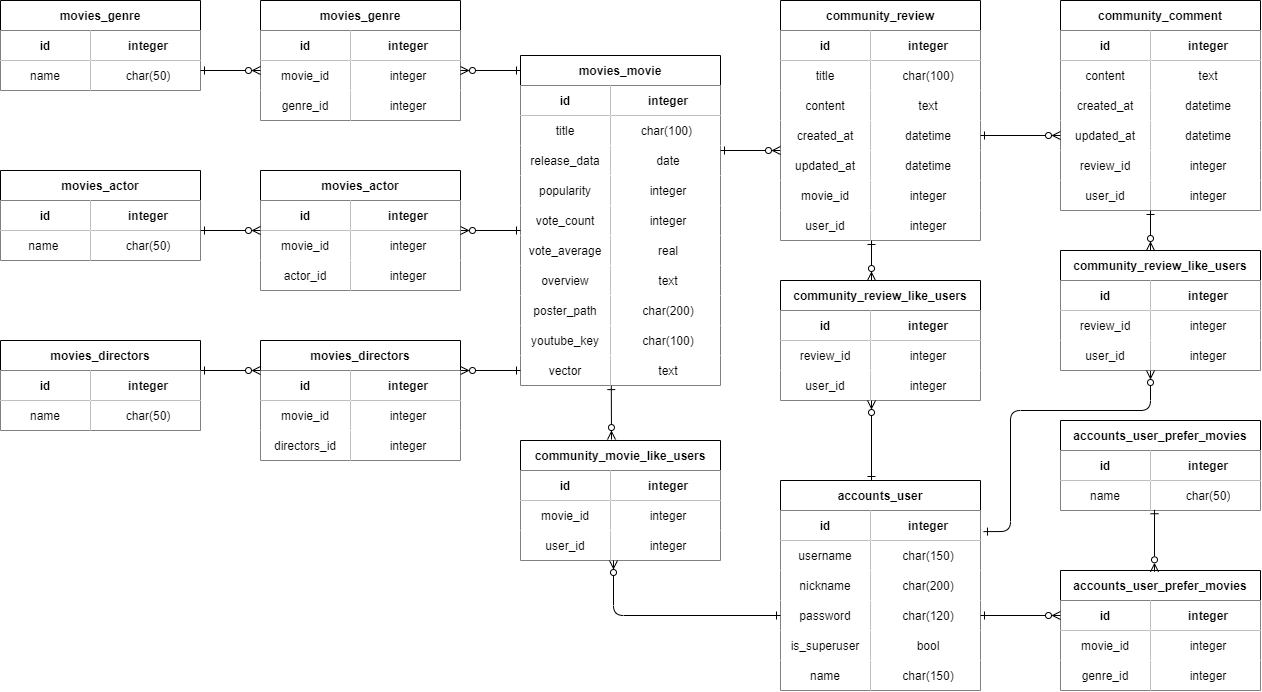
The draw.io diagram ERD.drawio.png in gilsanguk/MOJI, before a commit. Source tidied: cells renumbered, new cells last; positions are measured from the earlier drawing's top-left corner, leaving out a move shared by most shapes.
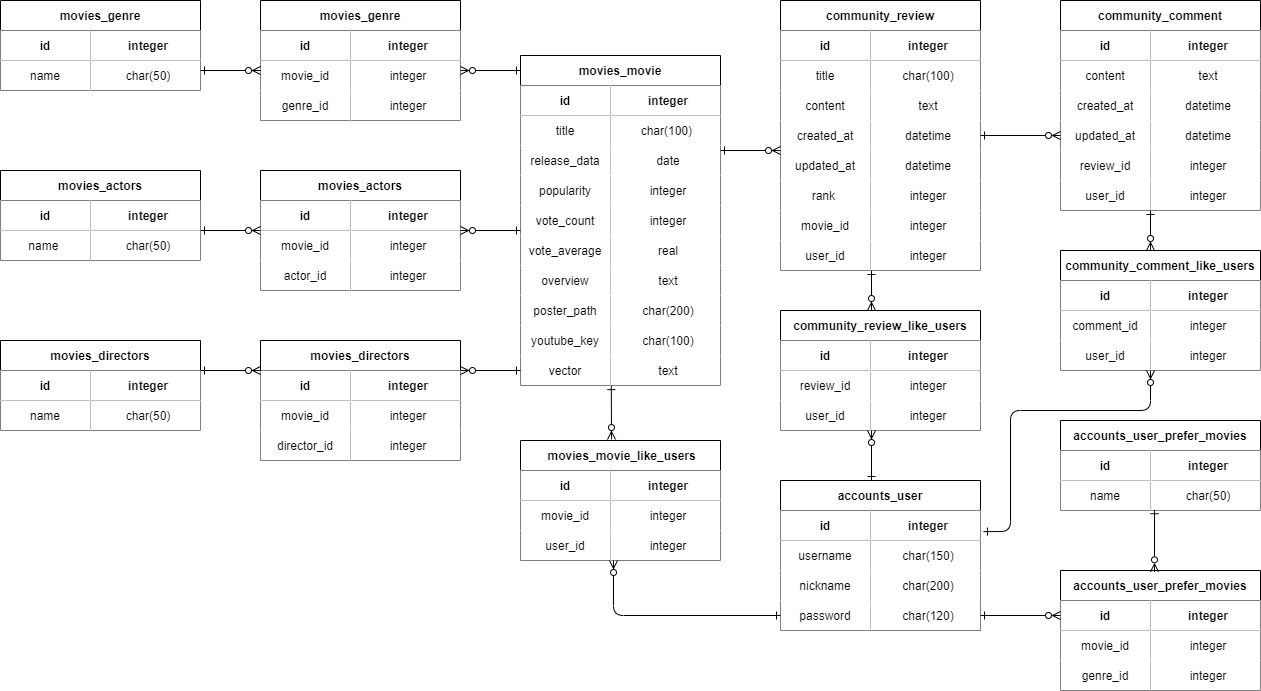
After the change.

Change to the diagram source:
```diff
@@ -3,7 +3,7 @@
     <mxCell id="0" />
     <mxCell id="1" parent="0" />
     <mxCell id="2" value="community_review" style="shape=table;startSize=30;rowLines=0;fontStyle=1;align=center;" parent="1" vertex="1">
-      <mxGeometry x="780" width="200" height="240" as="geometry" />
+      <mxGeometry x="780" width="200" height="270" as="geometry" />
     </mxCell>
     <mxCell id="3" style="shape=partialRectangle;fillColor=none;top=0;left=0;right=0;bottom=1;" parent="2" vertex="1">
       <mxGeometry y="30" width="200" height="30" as="geometry" />
@@ -50,8 +50,17 @@
     <mxCell id="17" value="datetime" style="shape=partialRectangle;overflow=hidden;fillColor=default;top=0;left=0;bottom=0;right=0;align=center;spacingLeft=6;" parent="15" vertex="1">
       <mxGeometry x="90" width="110" height="30" as="geometry" />
     </mxCell>
+    <mxCell id="111" style="shape=partialRectangle;fillColor=none;top=0;left=0;right=0;bottom=0;" parent="2" vertex="1">
+      <mxGeometry y="180" width="200" height="30" as="geometry" />
+    </mxCell>
+    <mxCell id="207" value="rank " style="shape=partialRectangle;overflow=hidden;fillColor=default;top=0;left=0;bottom=0;right=0;" parent="111" vertex="1">
+      <mxGeometry width="90" height="30" as="geometry" />
+    </mxCell>
+    <mxCell id="208" value="integer" style="shape=partialRectangle;overflow=hidden;fillColor=default;top=0;left=0;bottom=0;right=0;align=center;spacingLeft=6;" parent="111" vertex="1">
+      <mxGeometry x="90" width="110" height="30" as="geometry" />
+    </mxCell>
     <mxCell id="18" style="shape=partialRectangle;fillColor=none;top=0;left=0;right=0;bottom=0;" parent="2" vertex="1">
-      <mxGeometry y="180" width="200" height="30" as="geometry" />
+      <mxGeometry y="210" width="200" height="30" as="geometry" />
     </mxCell>
     <mxCell id="19" value="movie_id" style="shape=partialRectangle;overflow=hidden;fillColor=default;top=0;left=0;bottom=0;right=0;" parent="18" vertex="1">
       <mxGeometry width="90" height="30" as="geometry" />
@@ -60,7 +69,7 @@
       <mxGeometry x="90" width="110" height="30" as="geometry" />
     </mxCell>
     <mxCell id="21" style="shape=partialRectangle;fillColor=none;top=0;left=0;right=0;bottom=0;" parent="2" vertex="1">
-      <mxGeometry y="210" width="200" height="30" as="geometry" />
+      <mxGeometry y="240" width="200" height="30" as="geometry" />
     </mxCell>
     <mxCell id="22" value="user_id" style="shape=partialRectangle;overflow=hidden;fillColor=default;top=0;left=0;bottom=0;right=0;" parent="21" vertex="1">
       <mxGeometry width="90" height="30" as="geometry" />
@@ -219,7 +228,7 @@
       <mxGeometry x="90" width="110" height="30" as="geometry" />
     </mxCell>
     <mxCell id="74" value="community_review_like_users" style="shape=table;startSize=30;rowLines=0;fontStyle=1;align=center;" parent="1" vertex="1">
-      <mxGeometry x="780" y="280" width="200" height="120" as="geometry" />
+      <mxGeometry x="780" y="310" width="200" height="120" as="geometry" />
     </mxCell>
     <mxCell id="75" style="shape=partialRectangle;fillColor=none;top=0;left=0;right=0;bottom=1;" parent="74" vertex="1">
       <mxGeometry y="30" width="200" height="30" as="geometry" />
@@ -248,7 +257,7 @@
     <mxCell id="83" value="integer" style="shape=partialRectangle;overflow=hidden;fillColor=default;top=0;left=0;bottom=0;right=0;align=center;spacingLeft=6;" parent="81" vertex="1">
       <mxGeometry x="90" width="110" height="30" as="geometry" />
     </mxCell>
-    <mxCell id="84" value="community_movie_like_users" style="shape=table;startSize=30;rowLines=0;fontStyle=1;align=center;" parent="1" vertex="1">
+    <mxCell id="84" value=" movies_movie_like_users" style="shape=table;startSize=30;rowLines=0;fontStyle=1;align=center;" parent="1" vertex="1">
       <mxGeometry x="520" y="440" width="200" height="120" as="geometry" />
     </mxCell>
     <mxCell id="85" style="shape=partialRectangle;fillColor=none;top=0;left=0;right=0;bottom=1;" parent="84" vertex="1">
@@ -282,7 +291,7 @@
       <mxGeometry relative="1" as="geometry" />
     </mxCell>
     <mxCell id="95" value="accounts_user" style="shape=table;startSize=30;rowLines=0;fontStyle=1;align=center;" parent="1" vertex="1">
-      <mxGeometry x="780" y="480" width="200" height="210" as="geometry" />
+      <mxGeometry x="780" y="480" width="200" height="150" as="geometry" />
     </mxCell>
     <mxCell id="96" style="shape=partialRectangle;fillColor=none;top=0;left=0;right=0;bottom=1;" parent="95" vertex="1">
       <mxGeometry y="30" width="200" height="30" as="geometry" />
@@ -320,28 +329,10 @@
     <mxCell id="107" value="char(120)" style="shape=partialRectangle;overflow=hidden;fillColor=default;top=0;left=0;bottom=0;right=0;align=center;spacingLeft=6;" parent="105" vertex="1">
       <mxGeometry x="90" width="110" height="30" as="geometry" />
     </mxCell>
-    <mxCell id="108" style="shape=partialRectangle;fillColor=none;top=0;left=0;right=0;bottom=0;" parent="95" vertex="1">
-      <mxGeometry y="150" width="200" height="30" as="geometry" />
-    </mxCell>
-    <mxCell id="109" value="is_superuser" style="shape=partialRectangle;overflow=hidden;fillColor=default;top=0;left=0;bottom=0;right=0;" parent="108" vertex="1">
-      <mxGeometry width="90" height="30" as="geometry" />
-    </mxCell>
-    <mxCell id="110" value="bool" style="shape=partialRectangle;overflow=hidden;fillColor=default;top=0;left=0;bottom=0;right=0;align=center;spacingLeft=6;" parent="108" vertex="1">
-      <mxGeometry x="90" width="110" height="30" as="geometry" />
-    </mxCell>
-    <mxCell id="111" style="shape=partialRectangle;fillColor=none;top=0;left=0;right=0;bottom=0;" parent="95" vertex="1">
-      <mxGeometry y="180" width="200" height="30" as="geometry" />
-    </mxCell>
-    <mxCell id="112" value="name" style="shape=partialRectangle;overflow=hidden;fillColor=default;top=0;left=0;bottom=0;right=0;" parent="111" vertex="1">
-      <mxGeometry width="90" height="30" as="geometry" />
-    </mxCell>
-    <mxCell id="113" value="char(150)" style="shape=partialRectangle;overflow=hidden;fillColor=default;top=0;left=0;bottom=0;right=0;align=center;spacingLeft=6;" parent="111" vertex="1">
-      <mxGeometry x="90" width="110" height="30" as="geometry" />
-    </mxCell>
     <mxCell id="114" style="fontSize=12;html=1;endArrow=ERzeroToMany;endFill=1;startArrow=ERone;rounded=1;fontFamily=Helvetica;fontColor=default;startFill=0;" parent="1" edge="1">
       <mxGeometry relative="1" as="geometry">
-        <mxPoint x="871" y="240" as="sourcePoint" />
-        <mxPoint x="871" y="280" as="targetPoint" />
+        <mxPoint x="871" y="270" as="sourcePoint" />
+        <mxPoint x="871" y="310" as="targetPoint" />
       </mxGeometry>
     </mxCell>
     <mxCell id="115" style="fontSize=12;html=1;endArrow=ERzeroToMany;endFill=1;startArrow=ERone;rounded=1;fontFamily=Helvetica;fontColor=default;startFill=0;entryX=0.455;entryY=-0.008;entryDx=0;entryDy=0;entryPerimeter=0;exitX=0.454;exitY=1.004;exitDx=0;exitDy=0;exitPerimeter=0;" parent="1" edge="1" source="52" target="84">
@@ -379,7 +370,7 @@
     <mxCell id="124" value="char(50)" style="shape=partialRectangle;overflow=hidden;fillColor=default;top=0;left=0;bottom=0;right=0;align=center;spacingLeft=6;" parent="122" vertex="1">
       <mxGeometry x="90" width="110" height="30" as="geometry" />
     </mxCell>
-    <mxCell id="125" value="movies_actor" style="shape=table;startSize=30;rowLines=0;fontStyle=1;align=center;" parent="1" vertex="1">
+    <mxCell id="125" value="movies_actors" style="shape=table;startSize=30;rowLines=0;fontStyle=1;align=center;" parent="1" vertex="1">
       <mxGeometry y="170" width="200" height="90" as="geometry" />
     </mxCell>
     <mxCell id="126" style="shape=partialRectangle;fillColor=none;top=0;left=0;right=0;bottom=1;" parent="125" vertex="1">
@@ -451,7 +442,7 @@
     <mxCell id="148" value="integer" style="shape=partialRectangle;overflow=hidden;fillColor=default;top=0;left=0;bottom=0;right=0;align=center;spacingLeft=6;" parent="146" vertex="1">
       <mxGeometry x="90" width="110" height="30" as="geometry" />
     </mxCell>
-    <mxCell id="149" value="movies_actor" style="shape=table;startSize=30;rowLines=0;fontStyle=1;align=center;" parent="1" vertex="1">
+    <mxCell id="149" value="movies_actors" style="shape=table;startSize=30;rowLines=0;fontStyle=1;align=center;" parent="1" vertex="1">
       <mxGeometry x="260" y="170" width="200" height="120" as="geometry" />
     </mxCell>
     <mxCell id="150" style="shape=partialRectangle;fillColor=none;top=0;left=0;right=0;bottom=1;" parent="149" vertex="1">
@@ -505,7 +496,7 @@
     <mxCell id="166" style="shape=partialRectangle;fillColor=none;top=0;left=0;right=0;bottom=0;" parent="159" vertex="1">
       <mxGeometry y="90" width="200" height="30" as="geometry" />
     </mxCell>
-    <mxCell id="167" value="directors_id" style="shape=partialRectangle;overflow=hidden;fillColor=default;top=0;left=0;bottom=0;right=0;" parent="166" vertex="1">
+    <mxCell id="167" value="director_id" style="shape=partialRectangle;overflow=hidden;fillColor=default;top=0;left=0;bottom=0;right=0;" parent="166" vertex="1">
       <mxGeometry width="90" height="30" as="geometry" />
     </mxCell>
     <mxCell id="168" value="integer" style="shape=partialRectangle;overflow=hidden;fillColor=default;top=0;left=0;bottom=0;right=0;align=center;spacingLeft=6;" parent="166" vertex="1">
@@ -604,7 +595,7 @@
     <mxCell id="193" style="fontSize=12;html=1;endArrow=ERone;endFill=0;startArrow=ERzeroToMany;rounded=1;fontFamily=Helvetica;fontColor=default;startFill=0;exitX=0;exitY=0.5;exitDx=0;exitDy=0;entryX=1;entryY=0.5;entryDx=0;entryDy=0;" parent="1" edge="1" source="181" target="105">
       <mxGeometry relative="1" as="geometry" />
     </mxCell>
-    <mxCell id="194" value="community_review_like_users" style="shape=table;startSize=30;rowLines=0;fontStyle=1;align=center;" parent="1" vertex="1">
+    <mxCell id="194" value="community_comment_like_users" style="shape=table;startSize=30;rowLines=0;fontStyle=1;align=center;" parent="1" vertex="1">
       <mxGeometry x="1060" y="250" width="200" height="120" as="geometry" />
     </mxCell>
     <mxCell id="195" style="shape=partialRectangle;fillColor=none;top=0;left=0;right=0;bottom=1;" parent="194" vertex="1">
@@ -619,7 +610,7 @@
     <mxCell id="198" style="shape=partialRectangle;fillColor=none;top=0;left=0;right=0;bottom=0;" parent="194" vertex="1">
       <mxGeometry y="60" width="200" height="30" as="geometry" />
     </mxCell>
-    <mxCell id="199" value="review_id" style="shape=partialRectangle;overflow=hidden;fillColor=default;top=0;left=0;bottom=0;right=0;" parent="198" vertex="1">
+    <mxCell id="199" value="comment_id" style="shape=partialRectangle;overflow=hidden;fillColor=default;top=0;left=0;bottom=0;right=0;" parent="198" vertex="1">
       <mxGeometry width="90" height="30" as="geometry" />
     </mxCell>
     <mxCell id="200" value="integer" style="shape=partialRectangle;overflow=hidden;fillColor=default;top=0;left=0;bottom=0;right=0;align=center;spacingLeft=6;" parent="198" vertex="1">
```
